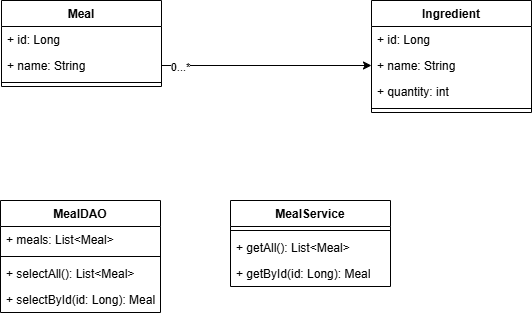
Earlier version of the draw.io export docs/java/tp/img/tp_meal_01_01.png (Chocolaterie/documentation). Source tidied: cells renumbered, new cells last; positions are measured from the earlier drawing's top-left corner, leaving out a move shared by most shapes.
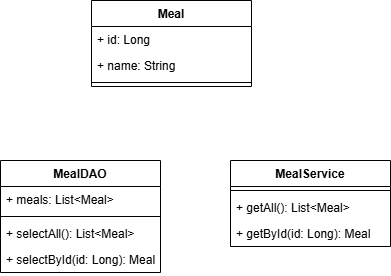
After the change.

The edit, as a diff of the source:
```diff
@@ -3,7 +3,7 @@
     <mxCell id="0" />
     <mxCell id="1" parent="0" />
     <mxCell id="2" value="Meal" style="swimlane;fontStyle=1;align=center;verticalAlign=top;horizontal=1;startSize=26;whiteSpace=wrap;html=1;" parent="1" vertex="1">
-      <mxGeometry x="1" width="160" height="86" as="geometry" />
+      <mxGeometry x="91" y="40" width="160" height="86" as="geometry" />
     </mxCell>
     <mxCell id="3" value="+ id: Long" style="text;strokeColor=none;fillColor=none;align=left;verticalAlign=top;spacingLeft=4;spacingRight=4;overflow=hidden;whiteSpace=wrap;html=1;" parent="2" vertex="1">
       <mxGeometry y="26" width="160" height="26" as="geometry" />
@@ -14,27 +14,6 @@
     <mxCell id="5" style="line;strokeWidth=1;fillColor=none;align=left;verticalAlign=middle;spacingTop=-1;spacingLeft=3;spacingRight=3;labelPosition=right;strokeColor=inherit;" parent="2" vertex="1">
       <mxGeometry y="78" width="160" height="8" as="geometry" />
     </mxCell>
-    <mxCell id="6" value="Ingredient" style="swimlane;fontStyle=1;align=center;verticalAlign=top;horizontal=1;startSize=26;whiteSpace=wrap;html=1;" parent="1" vertex="1">
-      <mxGeometry x="371" width="160" height="112" as="geometry" />
-    </mxCell>
-    <mxCell id="7" value="+ id: Long" style="text;strokeColor=none;fillColor=none;align=left;verticalAlign=top;spacingLeft=4;spacingRight=4;overflow=hidden;whiteSpace=wrap;html=1;" parent="6" vertex="1">
-      <mxGeometry y="26" width="160" height="26" as="geometry" />
-    </mxCell>
-    <mxCell id="8" value="+ name: String" style="text;strokeColor=none;fillColor=none;align=left;verticalAlign=top;spacingLeft=4;spacingRight=4;overflow=hidden;points=[[0,0.5],[1,0.5]];portConstraint=eastwest;whiteSpace=wrap;html=1;" parent="6" vertex="1">
-      <mxGeometry y="52" width="160" height="26" as="geometry" />
-    </mxCell>
-    <mxCell id="9" value="+ quantity: int" style="text;strokeColor=none;fillColor=none;align=left;verticalAlign=top;spacingLeft=4;spacingRight=4;overflow=hidden;whiteSpace=wrap;html=1;" parent="6" vertex="1">
-      <mxGeometry y="78" width="160" height="26" as="geometry" />
-    </mxCell>
-    <mxCell id="10" style="line;strokeWidth=1;fillColor=none;align=left;verticalAlign=middle;spacingTop=-1;spacingLeft=3;spacingRight=3;labelPosition=right;strokeColor=inherit;" parent="6" vertex="1">
-      <mxGeometry y="104" width="160" height="8" as="geometry" />
-    </mxCell>
-    <mxCell id="11" style="edgeStyle=orthogonalEdgeStyle;rounded=0;jettySize=auto;html=1;" parent="1" edge="1" source="4" target="8">
-      <mxGeometry relative="1" as="geometry" />
-    </mxCell>
-    <mxCell id="12" value="0...*" style="edgeLabel;html=1;align=center;verticalAlign=middle;" parent="11" vertex="1">
-      <mxGeometry x="-0.83" y="-1" relative="1" as="geometry" />
-    </mxCell>
     <mxCell id="13" value="MealDAO" style="swimlane;fontStyle=1;align=center;verticalAlign=top;horizontal=1;startSize=26;whiteSpace=wrap;html=1;" parent="1" vertex="1">
       <mxGeometry y="200" width="160" height="112" as="geometry" />
     </mxCell>
```
